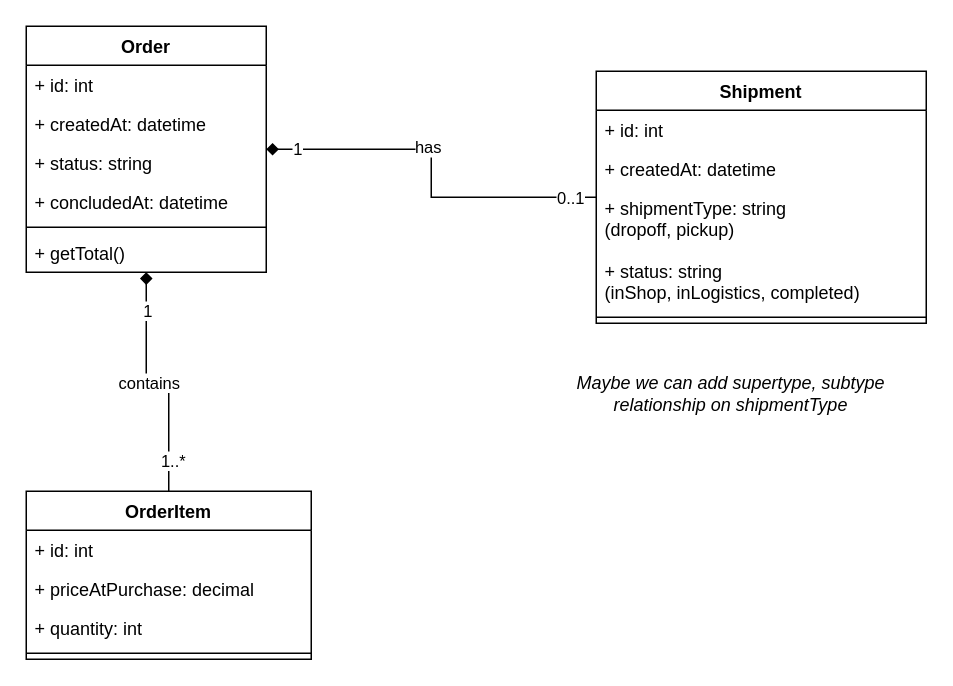
This is page "Class Diagram (Shipment)" (4 of 4) of E-Commerce API Use-case diagram.drawio from RHILIUS/drawio, a draw.io file, before an edit. Source tidied: cells renumbered, new cells numbered last; positions are measured from the earlier drawing's top-left corner, leaving out a move shared by most shapes. Both pictures are drawn from the tidied source at 150%, with x=0, y=0 at pixel (26, 26).
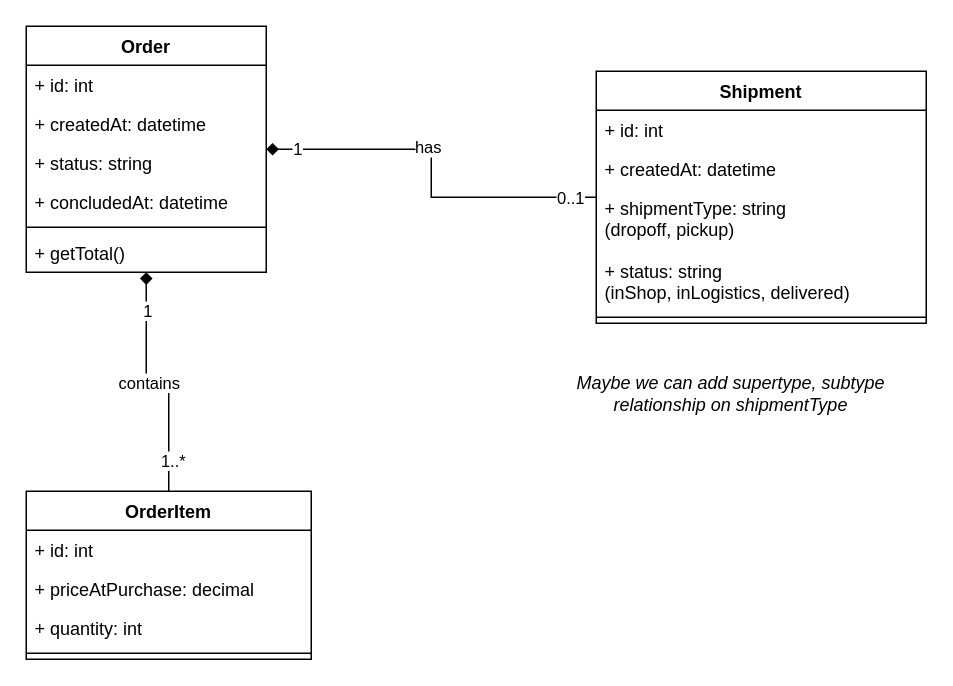
After the change.

The change refers to these unchanged cells:
```xml
<mxCell id="13" value="Shipment" style="swimlane;fontStyle=1;align=center;verticalAlign=top;horizontal=1;startSize=26;whiteSpace=wrap;html=1;" parent="1" vertex="1">
  <mxGeometry x="380" y="30" width="220" height="168" as="geometry" />
</mxCell>
```

Diff of the diagram source:
```diff
@@
-    <mxCell id="17" value="+ status: string&lt;div&gt;(inShop, inLogistics, completed)&lt;/div&gt;" style="text;strokeColor=none;fillColor=none;align=left;verticalAlign=top;spacingLeft=4;spacingRight=4;overflow=hidden;whiteSpace=wrap;html=1;" parent="13" vertex="1">
+    <mxCell id="17" value="+ status: string&lt;div&gt;(inShop, inLogistics, delivered)&lt;/div&gt;" style="text;strokeColor=none;fillColor=none;align=left;verticalAlign=top;spacingLeft=4;spacingRight=4;overflow=hidden;whiteSpace=wrap;html=1;" parent="13" vertex="1">
       <mxGeometry y="120" width="220" height="40" as="geometry" />
     </mxCell>
```
